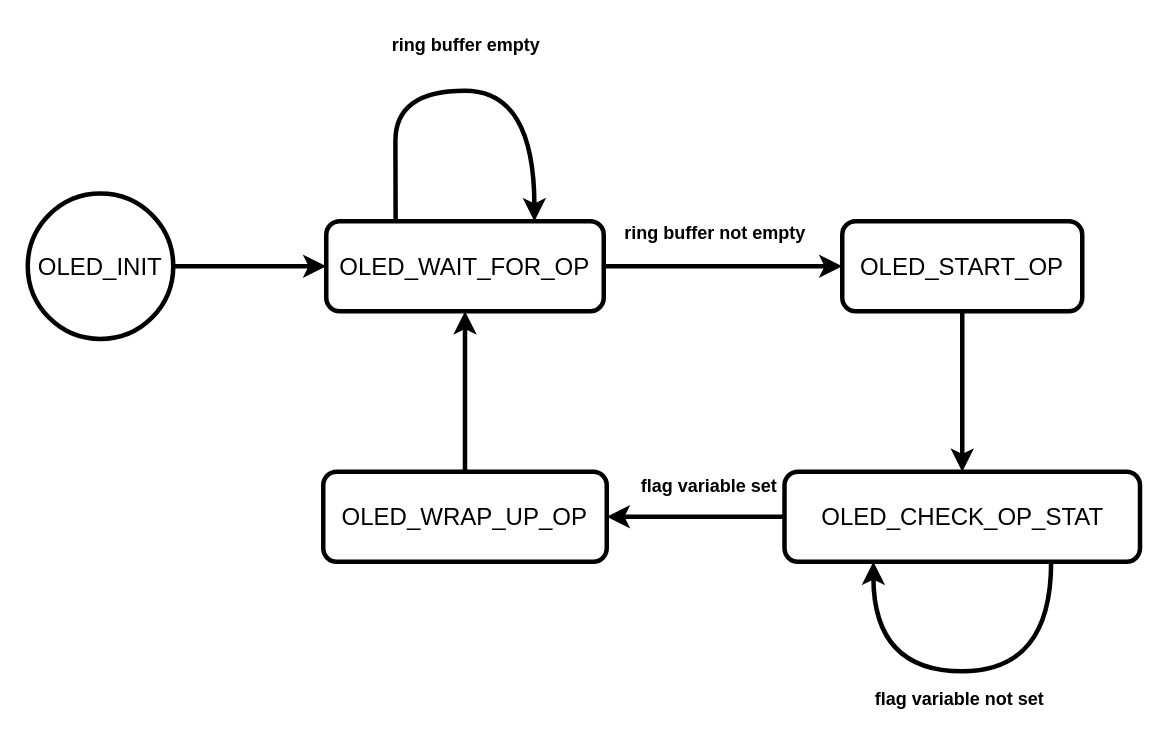
mjneri/ws2812-controller keeps this draw.io diagram as page "oled_sm" (7 of 7) of pic18k42.X/k42-project.drawio. Above is the earlier version. Source tidied: cells renumbered, new cells numbered last; positions are measured from the earlier drawing's top-left corner, leaving out a move shared by most shapes. Both pictures are drawn from the tidied source at 150%, with x=0, y=0 at pixel (27, 26).
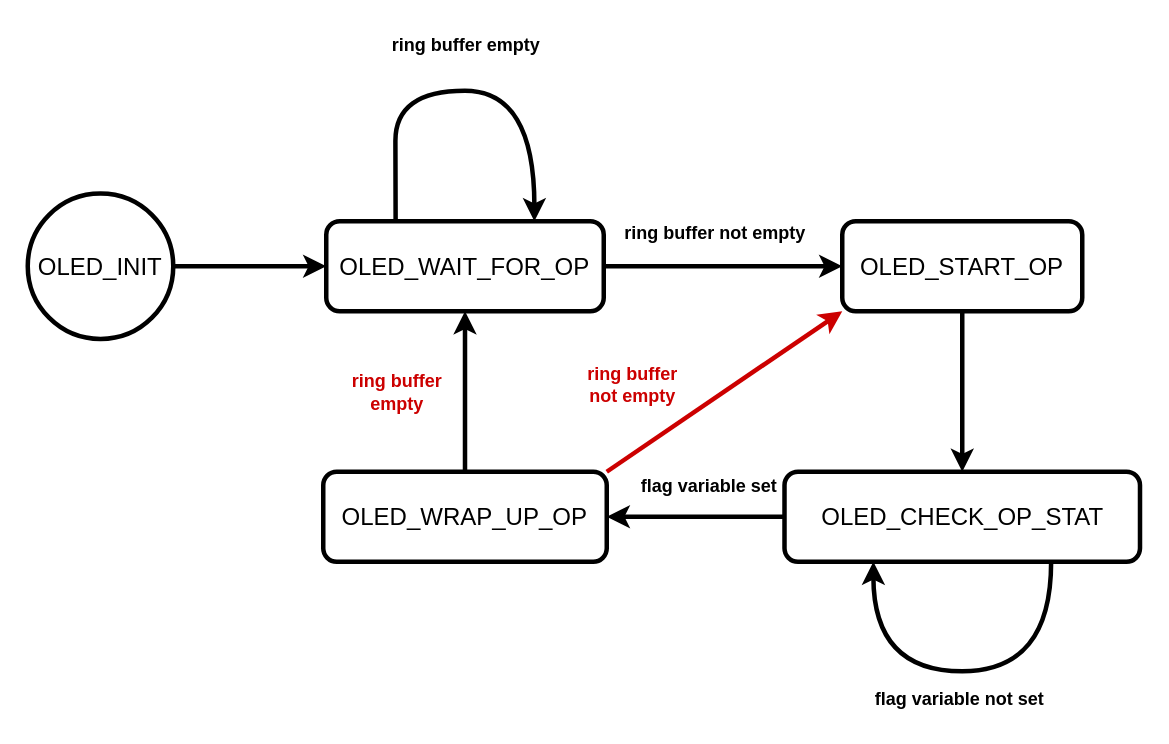
The same page after the edit.

Unchanged cells that the change refers to:
```xml
<mxCell id="7" value="OLED_START_OP" style="rounded=1;whiteSpace=wrap;html=1;strokeWidth=3;fontSize=16;" parent="1" vertex="1">
  <mxGeometry x="543" y="130" width="160" height="60" as="geometry" />
</mxCell>
<mxCell id="11" value="OLED_WRAP_UP_OP" style="rounded=1;whiteSpace=wrap;html=1;strokeWidth=3;fontSize=16;" parent="1" vertex="1">
  <mxGeometry x="197" y="297" width="189" height="60" as="geometry" />
</mxCell>
```

What changed in the source:
```diff
@@
+    <mxCell id="18" style="rounded=0;jettySize=auto;html=1;exitX=1;exitY=0;exitDx=0;exitDy=0;entryX=0;entryY=1;entryDx=0;entryDy=0;fontColor=#CC0000;strokeWidth=3;strokeColor=#CC0000;" parent="1" edge="1" source="11" target="7">
+      <mxGeometry relative="1" as="geometry" />
+    </mxCell>
@@
+    <mxCell id="19" value="&lt;font color=&quot;#cc0000&quot;&gt;ring buffer&lt;br&gt;empty&lt;/font&gt;" style="text;html=1;align=center;verticalAlign=middle;strokeColor=none;fillColor=none;fontStyle=1;" parent="1" vertex="1">
+      <mxGeometry x="207" y="223" width="78" height="41" as="geometry" />
+    </mxCell>
+    <mxCell id="20" value="&lt;font color=&quot;#cc0000&quot;&gt;ring buffer &lt;br&gt;not empty&lt;/font&gt;" style="text;html=1;align=center;verticalAlign=middle;strokeColor=none;fillColor=none;fontStyle=1;" parent="1" vertex="1">
+      <mxGeometry x="364" y="218" width="78" height="41" as="geometry" />
+    </mxCell>
```
